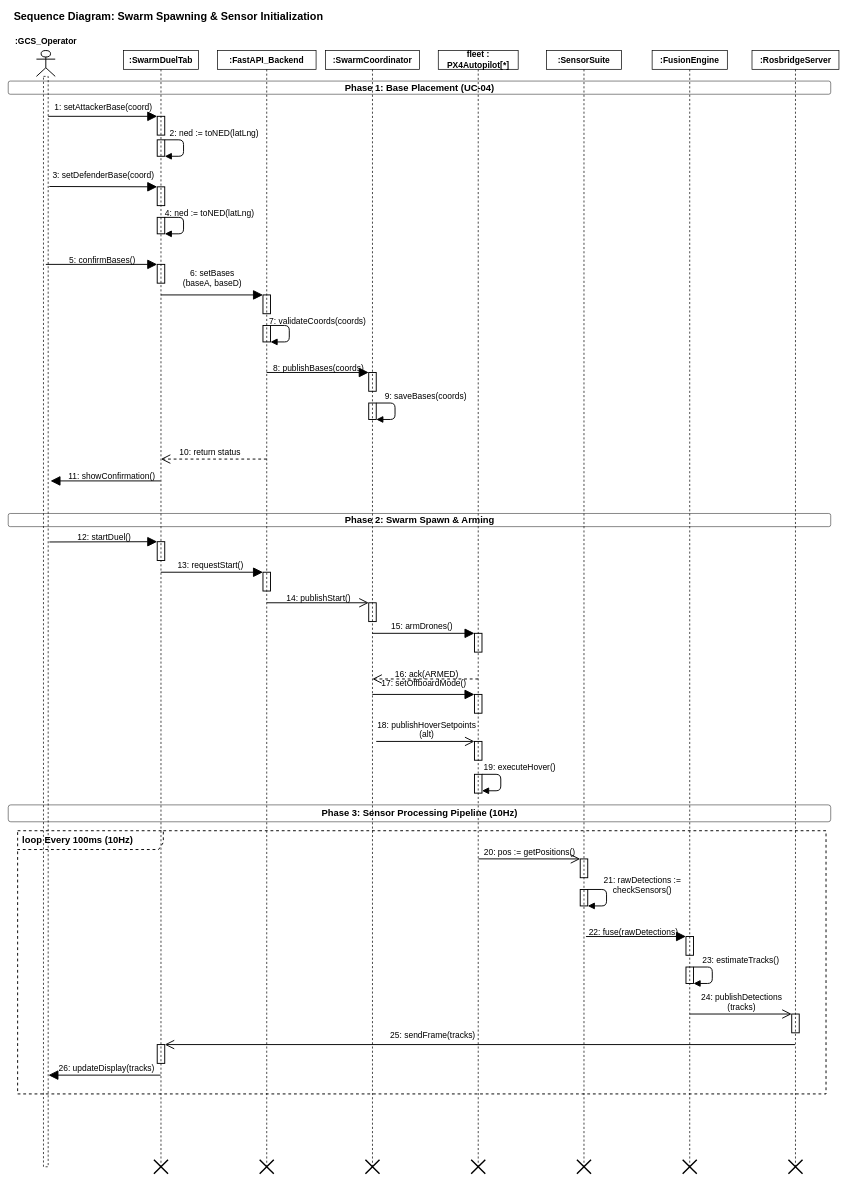
Before: 16_sequence_base_spawn_sensor.drawio in syedmohammad611/diagrams, a draw.io diagram. Source tidied: cells renumbered, new cells numbered last; positions are measured from the earlier drawing's top-left corner, leaving out a move shared by most shapes. Both pictures are drawn from the tidied source at 47%, with x=0, y=0 at pixel (8, 8).
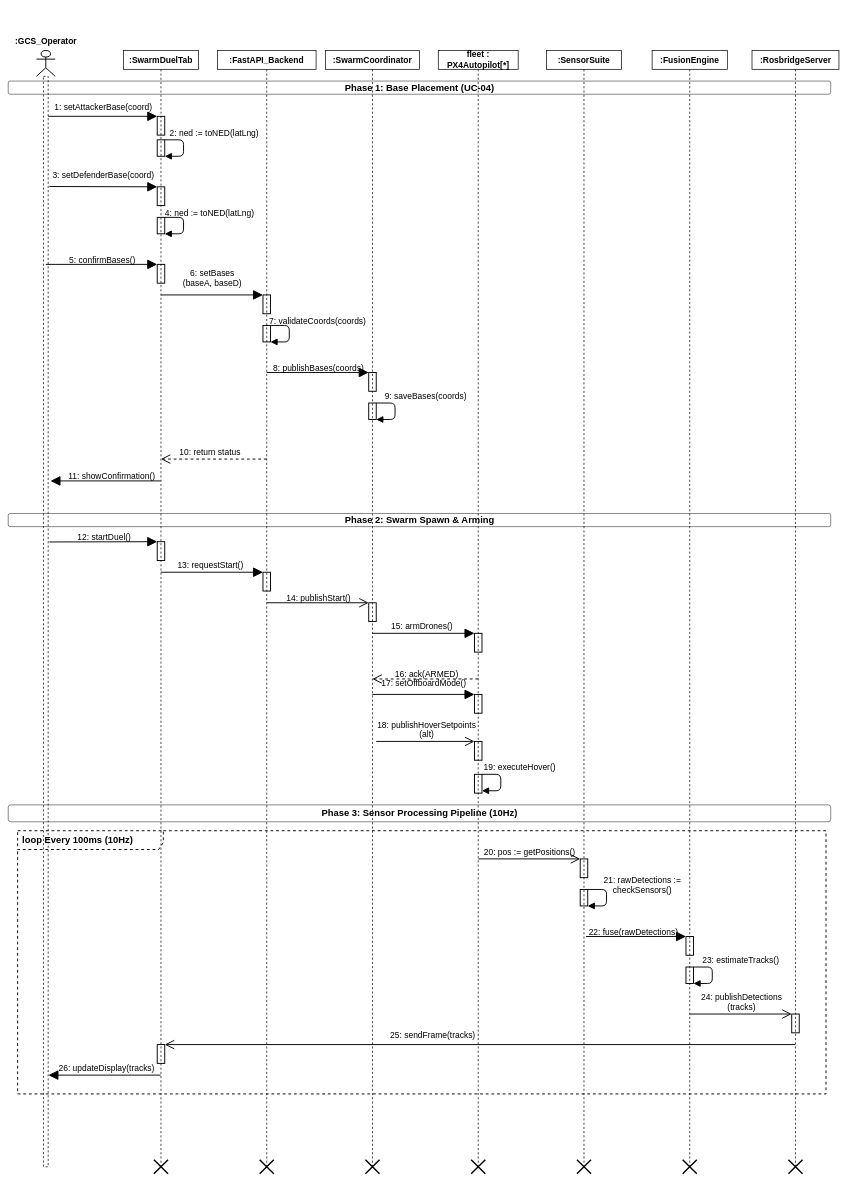
Above is the later version.

Commit message (it also covers changes not shown here):
refactor: update sequence diagram layouts

Change to the diagram source:
```diff
@@
-    <mxCell id="2" value="&lt;b&gt;&lt;font style=&quot;font-size: 23px;&quot;&gt;Sequence Diagram: Swarm Spawning &amp;amp; Sensor Initialization&lt;/font&gt;&lt;/b&gt;" style="text;html=1;strokeColor=none;fillColor=none;align=left;verticalAlign=middle;fontFamily=Helvetica;fontColor=#000000;fontSize=18;fontStyle=1;" parent="1" vertex="1">
-      <mxGeometry x="10" width="1100" height="36" as="geometry" />
-    </mxCell>
```
